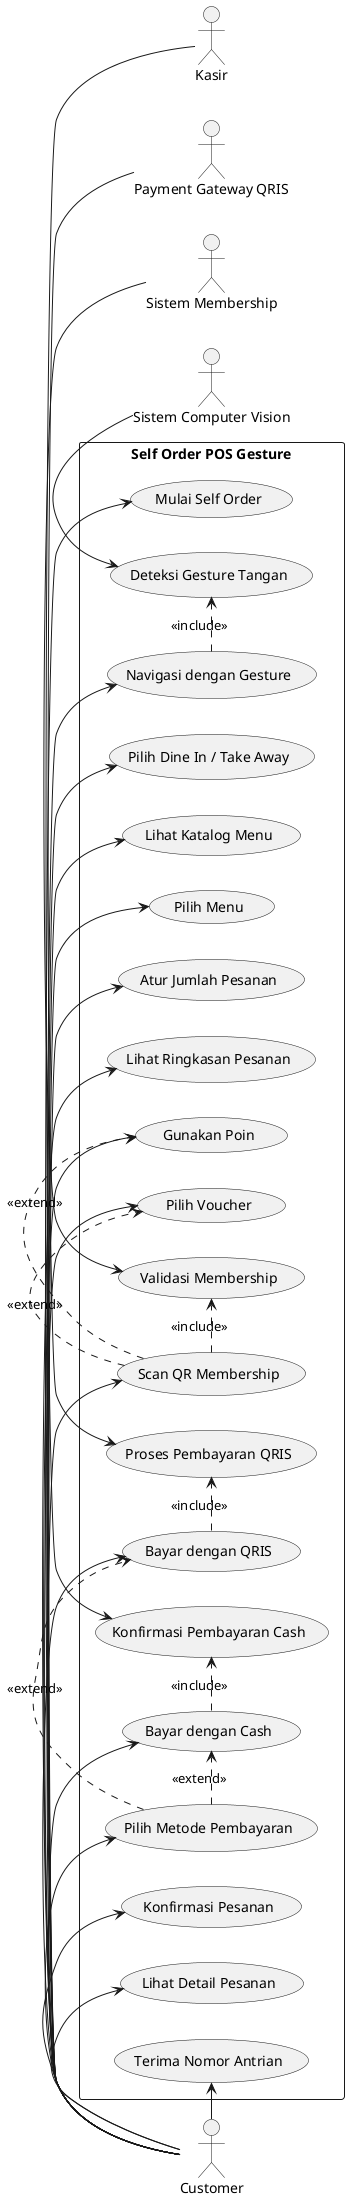
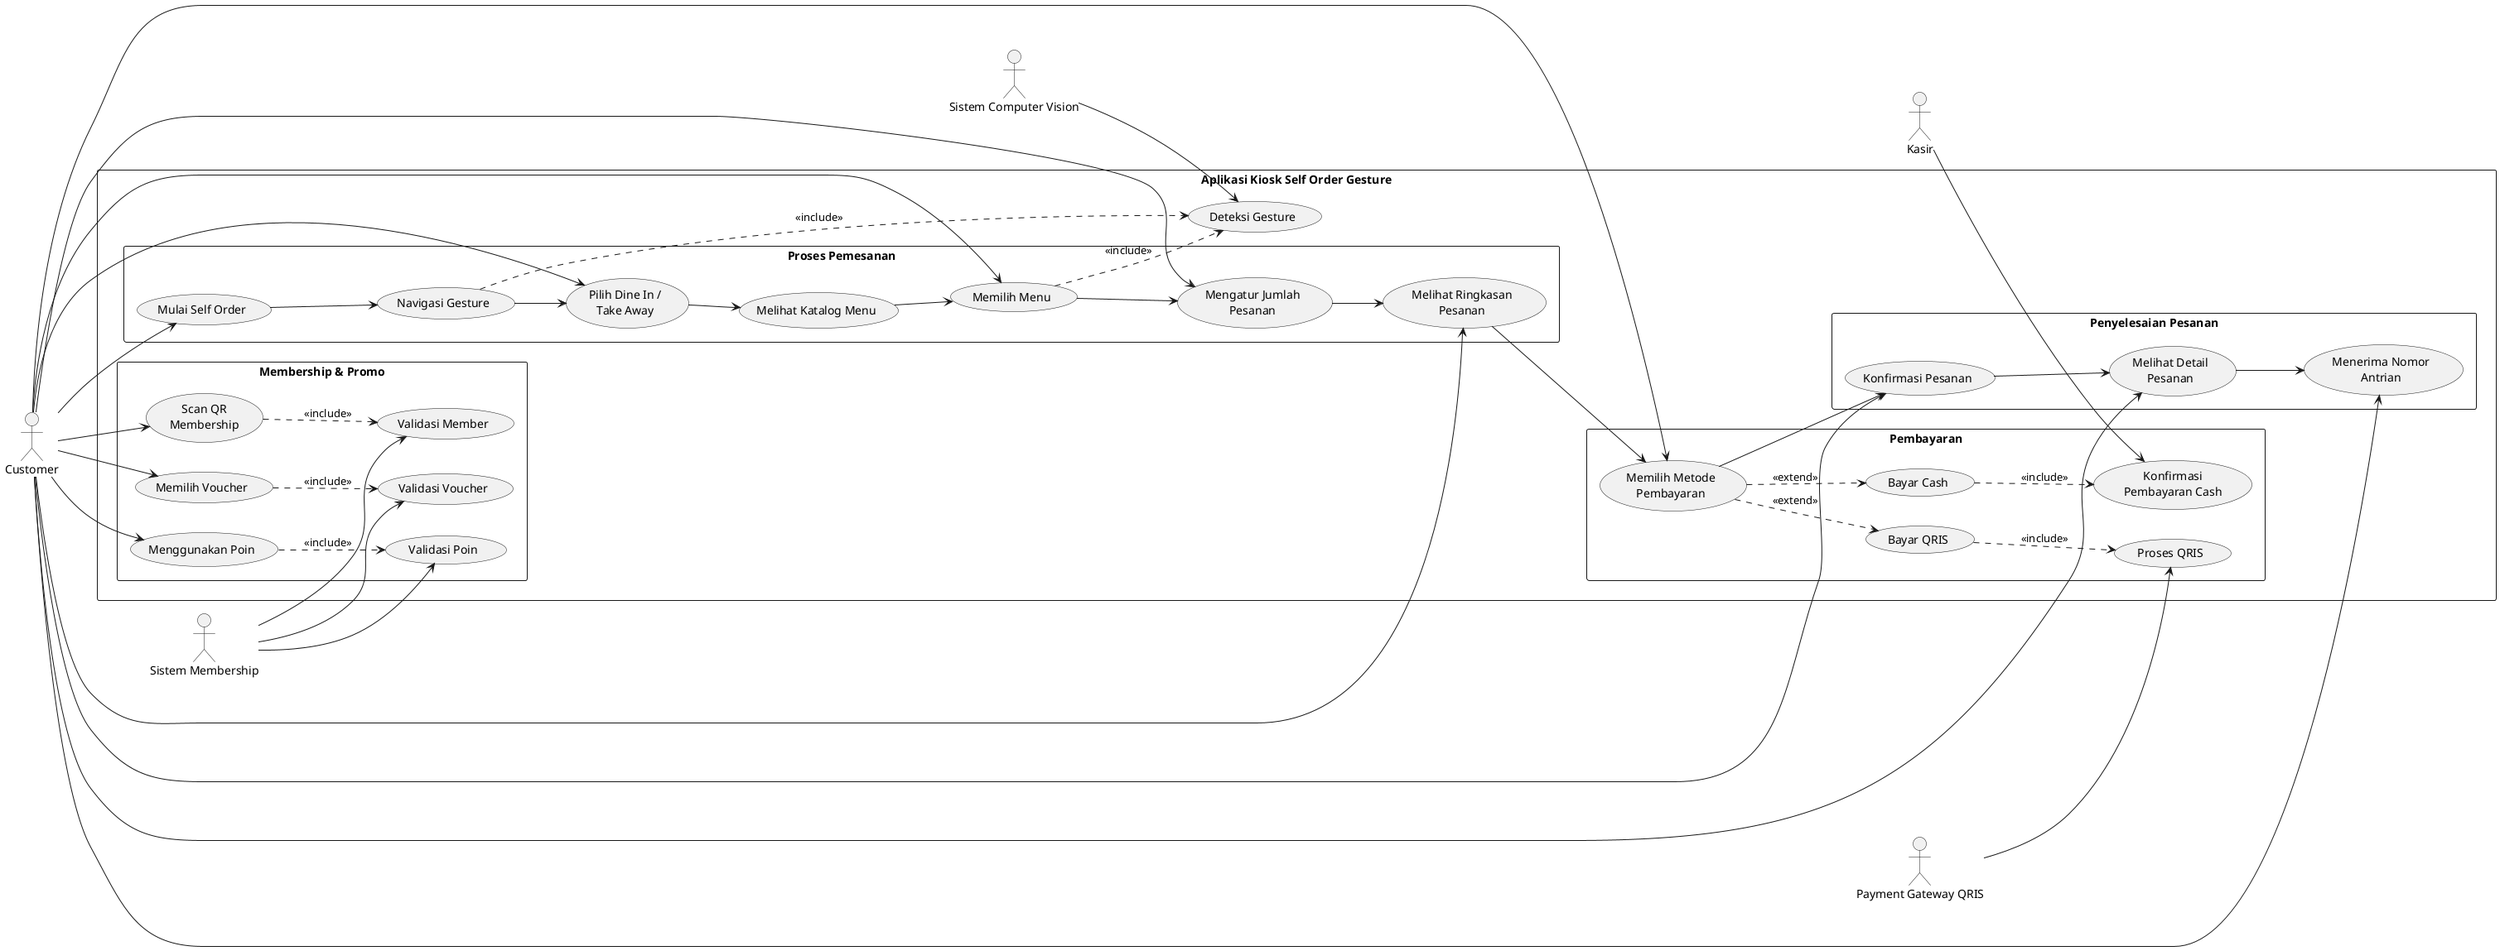
@startuml
left to right direction
+ skinparam packageStyle rectangle
+ skinparam shadowing false

- actor "Customer" as Customer
+ actor Customer as C
+ actor "Sistem Computer Vision" as CV
+ actor "Sistem Membership" as MS
+ actor "Payment Gateway QRIS" as PG
+ actor Kasir as K

- rectangle "Self Order POS Gesture" {
-   usecase "Mulai Self Order" as UC1
-   usecase "Navigasi dengan Gesture" as UC2
-   usecase "Pilih Dine In / Take Away" as UC3
-   usecase "Lihat Katalog Menu" as UC4
-   usecase "Pilih Menu" as UC5
-   usecase "Atur Jumlah Pesanan" as UC6
-   usecase "Lihat Ringkasan Pesanan" as UC7
-   usecase "Scan QR Membership" as UC8
-   usecase "Gunakan Poin" as UC9
-   usecase "Pilih Voucher" as UC10
-   usecase "Pilih Metode Pembayaran" as UC11
-   usecase "Bayar dengan QRIS" as UC12
-   usecase "Bayar dengan Cash" as UC13
-   usecase "Konfirmasi Pesanan" as UC14
-   usecase "Lihat Detail Pesanan" as UC15
-   usecase "Terima Nomor Antrian" as UC16
+ rectangle "Aplikasi Kiosk Self Order Gesture" {

-   usecase "Deteksi Gesture Tangan" as UC17
-   usecase "Validasi Membership" as UC18
-   usecase "Proses Pembayaran QRIS" as UC19
-   usecase "Konfirmasi Pembayaran Cash" as UC20
+   package "Proses Pemesanan" {
+     usecase "Mulai Self Order" as UC1
+     usecase "Navigasi Gesture" as UC2
+     usecase "Pilih Dine In /\nTake Away" as UC3
+     usecase "Melihat Katalog Menu" as UC4
+     usecase "Memilih Menu" as UC5
+     usecase "Mengatur Jumlah\nPesanan" as UC6
+     usecase "Melihat Ringkasan\nPesanan" as UC7
+   }
+ 
+   package "Membership & Promo" {
+     usecase "Scan QR\nMembership" as UC8
+     usecase "Validasi Member" as UC9
+     usecase "Menggunakan Poin" as UC10
+     usecase "Validasi Poin" as UC11
+     usecase "Memilih Voucher" as UC12
+     usecase "Validasi Voucher" as UC13
+   }
+ 
+   package "Pembayaran" {
+     usecase "Memilih Metode\nPembayaran" as UC14
+     usecase "Bayar QRIS" as UC15
+     usecase "Proses QRIS" as UC16
+     usecase "Bayar Cash" as UC17
+     usecase "Konfirmasi\nPembayaran Cash" as UC18
+   }
+ 
+   package "Penyelesaian Pesanan" {
+     usecase "Konfirmasi Pesanan" as UC19
+     usecase "Melihat Detail\nPesanan" as UC20
+     usecase "Menerima Nomor\nAntrian" as UC21
+   }
+ 
+   usecase "Deteksi Gesture" as UC22
}

- actor "Sistem Computer Vision" as CV
- actor "Sistem Membership" as MemberSystem
- actor "Payment Gateway QRIS" as QRIS
- actor "Kasir" as Kasir
+ C --> UC1
+ C --> UC3
+ C --> UC5
+ C --> UC6
+ C --> UC7
+ C --> UC8
+ C --> UC10
+ C --> UC12
+ C --> UC14
+ C --> UC19
+ C --> UC20
+ C --> UC21

- Customer -right-> UC1
- Customer -right-> UC2
- Customer -right-> UC3
- Customer -right-> UC4
- Customer -right-> UC5
- Customer -right-> UC6
- Customer -right-> UC7
- Customer -right-> UC8
- Customer -right-> UC9
- Customer -right-> UC10
- Customer -right-> UC11
- Customer -right-> UC12
- Customer -right-> UC13
- Customer -right-> UC14
- Customer -right-> UC15
- Customer -right-> UC16
+ CV --> UC22
+ MS --> UC9
+ MS --> UC11
+ MS --> UC13
+ PG --> UC16
+ K --> UC18

- CV -left-> UC17
- UC2 .> UC17 : <<include>>
+ UC2 ..> UC22 : <<include>>
+ UC5 ..> UC22 : <<include>>

- MemberSystem -left-> UC18
- UC8 .> UC18 : <<include>>
+ UC8 ..> UC9 : <<include>>
+ UC10 ..> UC11 : <<include>>
+ UC12 ..> UC13 : <<include>>

- QRIS -left-> UC19
- UC12 .> UC19 : <<include>>
+ UC14 ..> UC15 : <<extend>>
+ UC14 ..> UC17 : <<extend>>

- Kasir -left-> UC20
- UC13 .> UC20 : <<include>>
+ UC15 ..> UC16 : <<include>>
+ UC17 ..> UC18 : <<include>>

- UC11 .> UC12 : <<extend>>
- UC11 .> UC13 : <<extend>>
- UC8 .> UC9 : <<extend>>
- UC8 .> UC10 : <<extend>>
+ UC1 --> UC2
+ UC2 --> UC3
+ UC3 --> UC4
+ UC4 --> UC5
+ UC5 --> UC6
+ UC6 --> UC7
+ UC7 --> UC14
+ UC14 --> UC19
+ UC19 --> UC20
+ UC20 --> UC21

@enduml